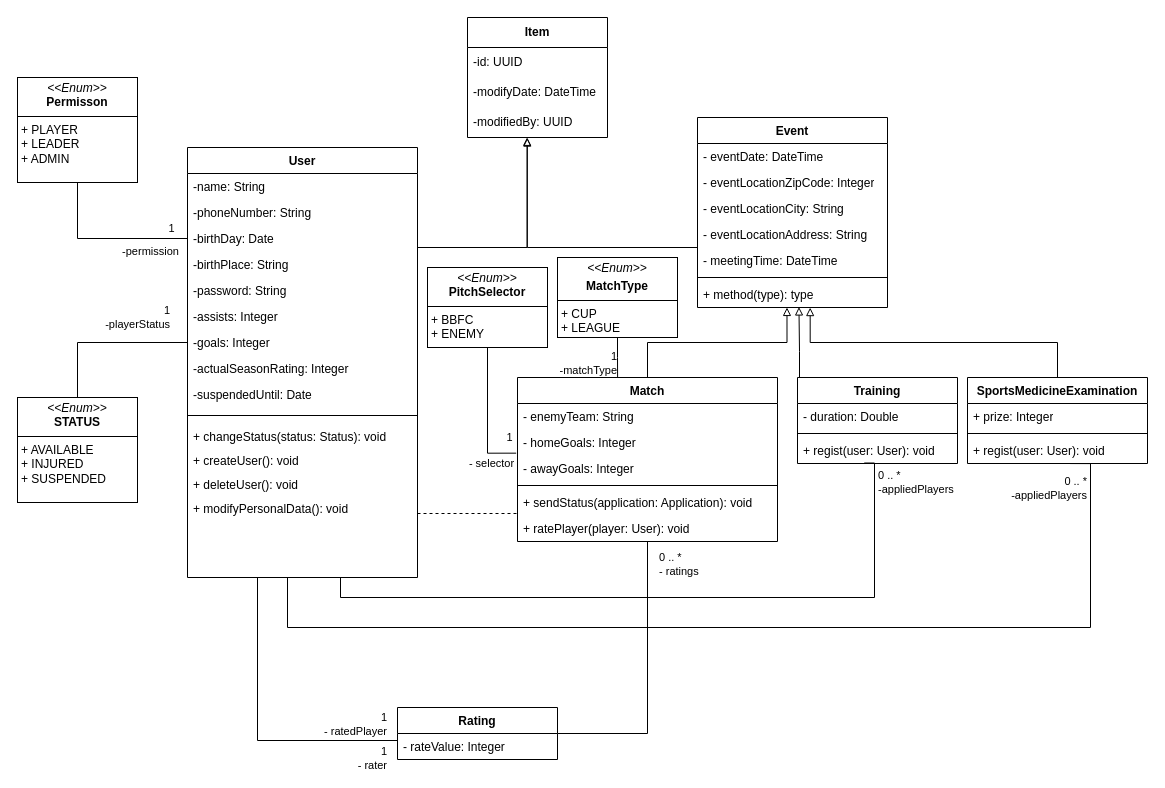
Earlier version of the draw.io diagram uml/bbfc_app.drawio (rigopeti96/bbfc_app). Source tidied: cells renumbered, new cells numbered last; positions are measured from the earlier drawing's top-left corner, leaving out a move shared by most shapes. Both pictures are drawn from the tidied source at 100%, with x=0, y=0 at pixel (17, 17).
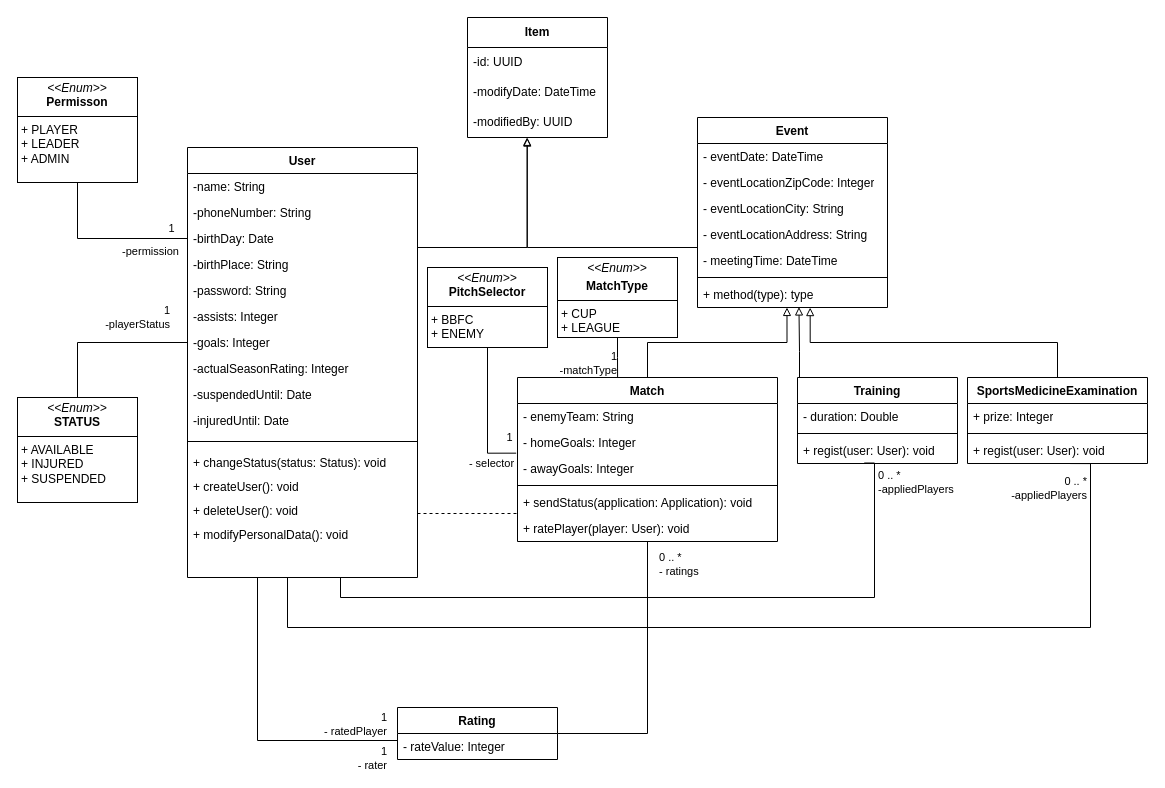
The same page after the edit.

The change refers to these unchanged cells:
```xml
<mxCell id="6" value="User&#10;" style="swimlane;fontStyle=1;align=center;verticalAlign=top;horizontal=1;startSize=26;rounded=0;shadow=0;strokeWidth=1;" parent="1" vertex="1">
  <mxGeometry x="170" y="130" width="230" height="430" as="geometry" />
</mxCell>
```

Change to the diagram source:
```diff
@@
+    <mxCell id="77" value="-injuredUntil: Date&#10;" style="text;align=left;verticalAlign=top;spacingLeft=4;spacingRight=4;overflow=hidden;rounded=0;shadow=0;html=0;" parent="6" vertex="1">
+      <mxGeometry y="260" width="230" height="26" as="geometry" />
+    </mxCell>
     <mxCell id="16" style="line;html=1;strokeWidth=1;align=left;verticalAlign=middle;spacingTop=-1;spacingLeft=3;spacingRight=3;labelPosition=right;" parent="6" vertex="1">
-      <mxGeometry y="260" width="230" height="16" as="geometry" />
+      <mxGeometry y="286" width="230" height="16" as="geometry" />
     </mxCell>
     <mxCell id="17" value="+ changeStatus(status: Status): void" style="text;align=left;verticalAlign=top;spacingLeft=4;spacingRight=4;overflow=hidden;" parent="6" vertex="1">
-      <mxGeometry y="276" width="230" height="24" as="geometry" />
+      <mxGeometry y="302" width="230" height="24" as="geometry" />
     </mxCell>
     <mxCell id="18" value="+ createUser(): void" style="text;align=left;verticalAlign=top;spacingLeft=4;spacingRight=4;overflow=hidden;" parent="6" vertex="1">
-      <mxGeometry y="300" width="230" height="24" as="geometry" />
+      <mxGeometry y="326" width="230" height="24" as="geometry" />
     </mxCell>
     <mxCell id="19" value="+ deleteUser(): void" style="text;align=left;verticalAlign=top;spacingLeft=4;spacingRight=4;overflow=hidden;" parent="6" vertex="1">
-      <mxGeometry y="324" width="230" height="24" as="geometry" />
+      <mxGeometry y="350" width="230" height="24" as="geometry" />
     </mxCell>
     <mxCell id="20" value="+ modifyPersonalData(): void" style="text;align=left;verticalAlign=top;spacingLeft=4;spacingRight=4;overflow=hidden;" parent="6" vertex="1">
-      <mxGeometry y="348" width="230" height="24" as="geometry" />
+      <mxGeometry y="374" width="230" height="24" as="geometry" />
     </mxCell>
```
